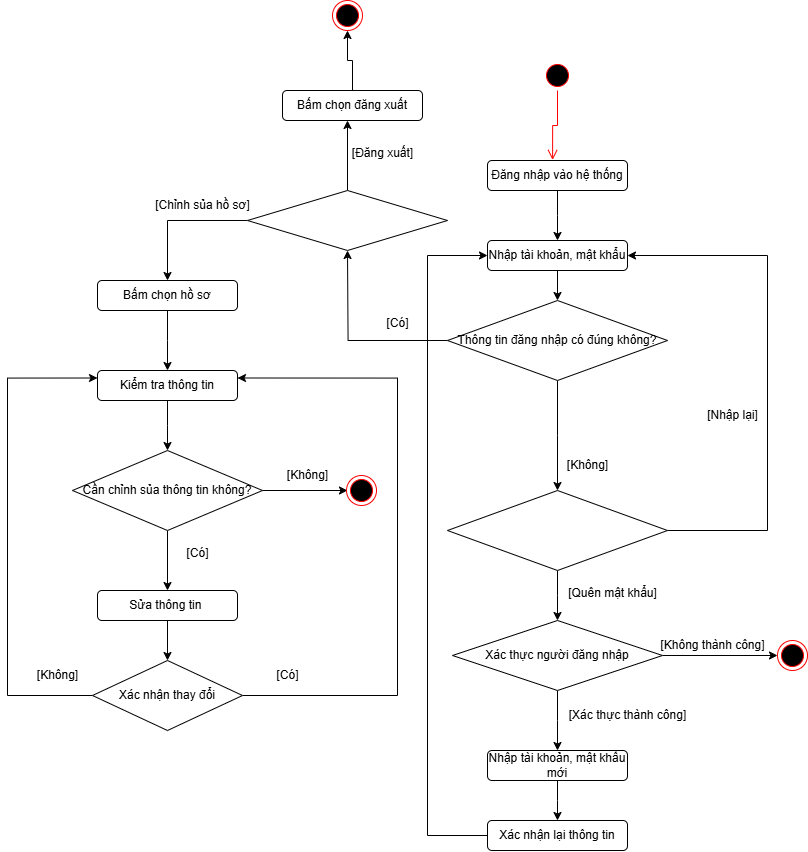
Before: Activity Diagram/Quản lý tài khoản/actitvity quản lý tài khoản.drawio.png, a diagram exported from draw.io (brown2004/PTTKHT-project). Source tidied: cells renumbered, new cells last; positions are measured from the earlier drawing's top-left corner, leaving out a move shared by most shapes.
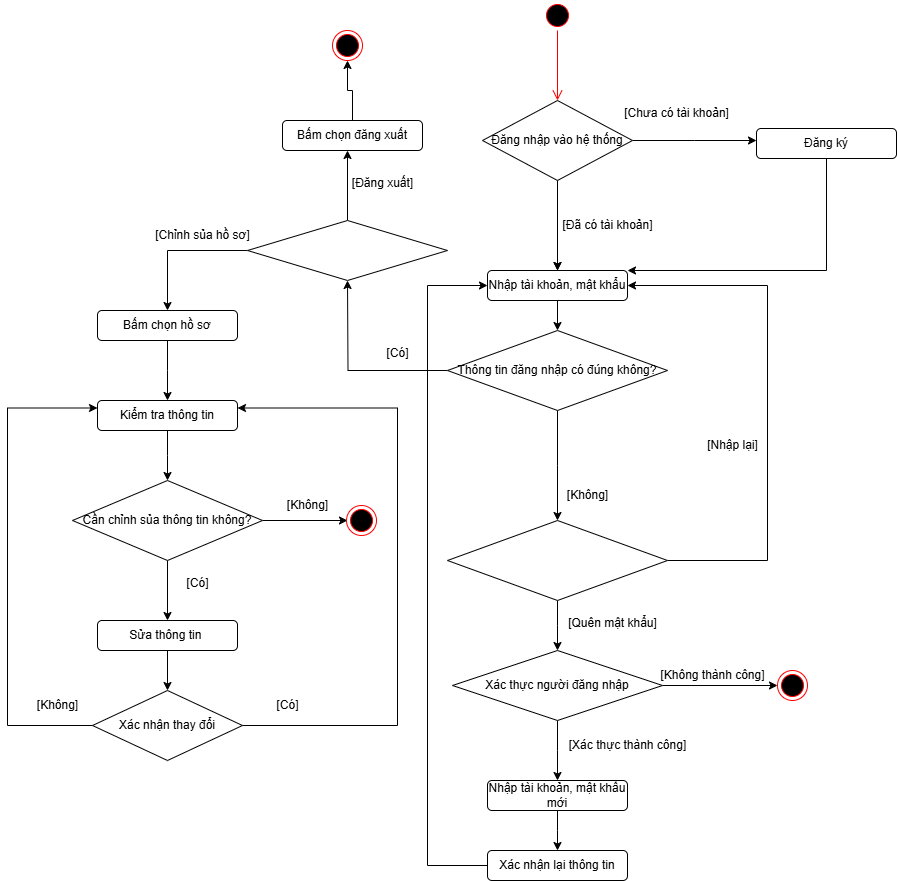
After the commit.

Commit message:
duong sua activity diagram cho quan ly tai khoan

The edit, as a diff of the source:
```diff
@@ -70,19 +70,17 @@
       <mxGeometry x="339" y="475" width="30" height="30" as="geometry" />
     </mxCell>
     <mxCell id="19" style="ellipse;html=1;shape=startState;fillColor=#000000;strokeColor=#ff0000;" parent="1" vertex="1">
-      <mxGeometry x="535" y="60" width="30" height="30" as="geometry" />
+      <mxGeometry x="535" y="-30" width="30" height="30" as="geometry" />
     </mxCell>
-    <mxCell id="20" style="edgeStyle=orthogonalEdgeStyle;html=1;verticalAlign=bottom;endArrow=open;endSize=8;strokeColor=#ff0000;rounded=0;entryX=0.465;entryY=-0.019;entryDx=0;entryDy=0;entryPerimeter=0;" parent="1" edge="1" source="19" target="22">
+    <mxCell id="20" style="edgeStyle=orthogonalEdgeStyle;html=1;verticalAlign=bottom;endArrow=open;endSize=8;strokeColor=#ff0000;rounded=0;entryX=0.5;entryY=0;entryDx=0;entryDy=0;" parent="1" edge="1" source="19" target="22">
       <mxGeometry relative="1" as="geometry" />
     </mxCell>
-    <mxCell id="21" style="edgeStyle=orthogonalEdgeStyle;rounded=0;jettySize=auto;html=1;" parent="1" edge="1" source="22">
+    <mxCell id="21" style="edgeStyle=orthogonalEdgeStyle;rounded=0;orthogonalLoop=1;jettySize=auto;html=1;" parent="1" edge="1">
       <mxGeometry relative="1" as="geometry">
+        <mxPoint x="550" y="110" as="sourcePoint" />
         <mxPoint x="550" y="240" as="targetPoint" />
       </mxGeometry>
     </mxCell>
-    <mxCell id="22" value="Đăng nhập vào hệ thống" style="rounded=1;whiteSpace=wrap;html=1;" parent="1" vertex="1">
-      <mxGeometry x="480" y="160" width="140" height="30" as="geometry" />
-    </mxCell>
     <mxCell id="23" style="edgeStyle=orthogonalEdgeStyle;rounded=0;jettySize=auto;html=1;" parent="1" edge="1" source="24" target="27">
       <mxGeometry relative="1" as="geometry" />
     </mxCell>
@@ -195,5 +193,32 @@
     <mxCell id="52" value="Xác nhận lại thông tin" style="rounded=1;whiteSpace=wrap;html=1;" parent="1" vertex="1">
       <mxGeometry x="480" y="820" width="140" height="30" as="geometry" />
     </mxCell>
+    <mxCell id="53" style="edgeStyle=orthogonalEdgeStyle;rounded=0;jettySize=auto;html=1;" parent="1" edge="1" source="22" target="24">
+      <mxGeometry relative="1" as="geometry" />
+    </mxCell>
+    <mxCell id="54" style="edgeStyle=orthogonalEdgeStyle;rounded=0;jettySize=auto;html=1;" parent="1" edge="1" source="22">
+      <mxGeometry relative="1" as="geometry">
+        <mxPoint x="749" y="110" as="targetPoint" />
+      </mxGeometry>
+    </mxCell>
+    <mxCell id="22" value="Đăng nhập vào hệ thống" style="rhombus;whiteSpace=wrap;html=1;" parent="1" vertex="1">
+      <mxGeometry x="475" y="70" width="150" height="80" as="geometry" />
+    </mxCell>
+    <mxCell id="55" value="[Đã có tài khoản]" style="text;html=1;align=center;verticalAlign=middle;strokeColor=none;fillColor=none;" parent="1" vertex="1">
+      <mxGeometry x="545" y="180" width="110" height="30" as="geometry" />
+    </mxCell>
+    <mxCell id="56" value="[Chưa có tài khoản]" style="text;html=1;align=center;verticalAlign=middle;strokeColor=none;fillColor=none;" parent="1" vertex="1">
+      <mxGeometry x="604" y="68" width="130" height="30" as="geometry" />
+    </mxCell>
+    <mxCell id="57" style="edgeStyle=orthogonalEdgeStyle;rounded=0;jettySize=auto;html=1;entryX=1;entryY=0;entryDx=0;entryDy=0;" parent="1" edge="1" source="58" target="24">
+      <mxGeometry relative="1" as="geometry">
+        <Array as="points">
+          <mxPoint x="819" y="240" />
+        </Array>
+      </mxGeometry>
+    </mxCell>
+    <mxCell id="58" value="Đăng ký" style="rounded=1;whiteSpace=wrap;html=1;" parent="1" vertex="1">
+      <mxGeometry x="749" y="98" width="140" height="30" as="geometry" />
+    </mxCell>
   </root>
 </mxGraphModel>
```
